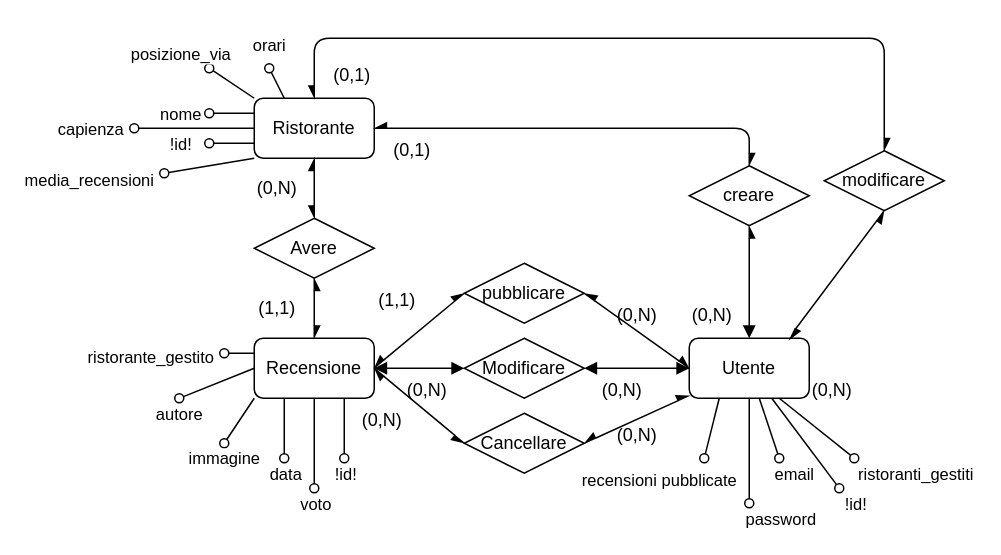
Before: schema-ER.drawio in Valerioconti42/Ristorante-VC-AB-GS, a draw.io diagram. Source tidied: cells renumbered, new cells numbered last; positions are measured from the earlier drawing's top-left corner, leaving out a move shared by most shapes. Both pictures are drawn from the tidied source at 150%, with x=0, y=0 at pixel (134, 38).
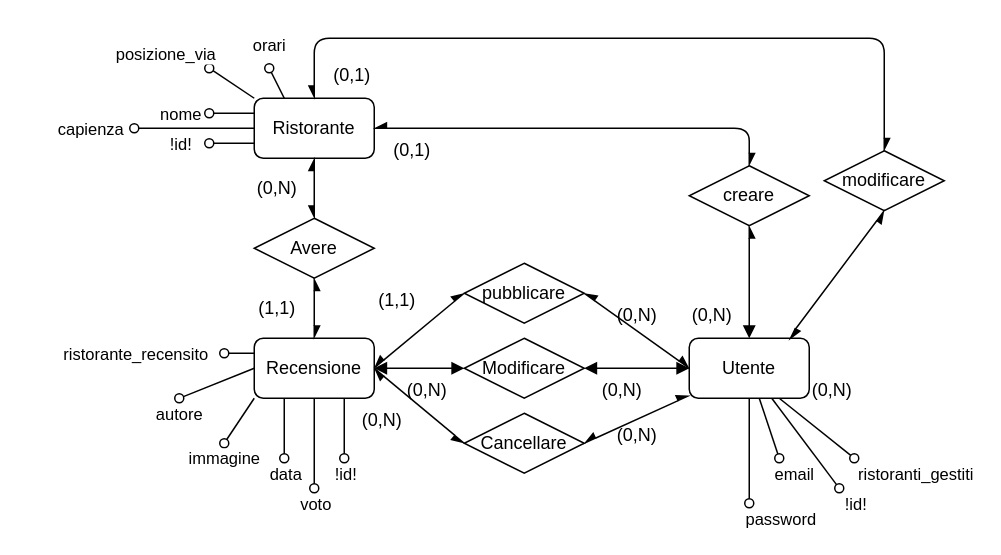
After the change.

Unchanged cells that the change refers to:
```xml
<mxCell id="10" style="edgeStyle=none;shape=connector;rounded=0;jettySize=auto;html=1;exitX=0;exitY=0;exitDx=0;exitDy=0;strokeColor=default;align=center;verticalAlign=middle;fontFamily=Helvetica;fontSize=11;fontColor=default;labelBackgroundColor=default;endArrow=oval;endFill=0;" parent="1" edge="1" source="14">
  <mxGeometry relative="1" as="geometry">
    <mxPoint x="50" y="20" as="targetPoint" />
  </mxGeometry>
</mxCell>
<mxCell id="14" value="Ristorante" style="rounded=1;whiteSpace=wrap;html=1;" parent="1" vertex="1">
  <mxGeometry x="80" y="40" width="80" height="40" as="geometry" />
</mxCell>
<mxCell id="25" style="edgeStyle=none;shape=connector;rounded=0;jettySize=auto;html=1;exitX=0;exitY=0.25;exitDx=0;exitDy=0;strokeColor=default;align=center;verticalAlign=middle;fontFamily=Helvetica;fontSize=11;fontColor=default;labelBackgroundColor=default;endArrow=oval;endFill=0;" parent="1" edge="1" source="27">
  <mxGeometry relative="1" as="geometry">
    <mxPoint x="60" y="210" as="targetPoint" />
  </mxGeometry>
</mxCell>
<mxCell id="38" value="Utente" style="rounded=1;whiteSpace=wrap;html=1;" parent="1" vertex="1">
  <mxGeometry x="370" y="200" width="80" height="40" as="geometry" />
</mxCell>
```

Diff of the diagram source:
```diff
@@
     <mxCell id="11" value="posizione_via" style="edgeLabel;html=1;align=center;verticalAlign=middle;fontFamily=Helvetica;fontSize=11;fontColor=default;labelBackgroundColor=default;" parent="10" vertex="1">
       <mxGeometry x="0.4" relative="1" as="geometry">
-        <mxPoint x="-29" y="-16" as="offset" />
+        <mxPoint x="-39" y="-16" as="offset" />
       </mxGeometry>
     </mxCell>
-    <mxCell id="12" style="edgeStyle=none;shape=connector;rounded=0;jettySize=auto;html=1;exitX=0;exitY=1;exitDx=0;exitDy=0;strokeColor=default;align=center;verticalAlign=middle;fontFamily=Helvetica;fontSize=11;fontColor=default;labelBackgroundColor=default;endArrow=oval;endFill=0;" parent="1" edge="1" source="14">
-      <mxGeometry relative="1" as="geometry">
-        <mxPoint x="20" y="90" as="targetPoint" />
-      </mxGeometry>
-    </mxCell>
-    <mxCell id="13" value="media_recensioni" style="edgeLabel;html=1;align=center;verticalAlign=middle;fontFamily=Helvetica;fontSize=11;fontColor=default;labelBackgroundColor=default;" parent="12" vertex="1">
-      <mxGeometry x="0.34" y="1" relative="1" as="geometry">
-        <mxPoint x="-70" y="7" as="offset" />
-      </mxGeometry>
-    </mxCell>
@@
-    <mxCell id="26" value="ristorante_gestito" style="edgeLabel;html=1;align=center;verticalAlign=middle;fontFamily=Helvetica;fontSize=11;fontColor=default;labelBackgroundColor=default;" parent="25" vertex="1">
+    <mxCell id="26" value="ristorante_recensito" style="edgeLabel;html=1;align=center;verticalAlign=middle;fontFamily=Helvetica;fontSize=11;fontColor=default;labelBackgroundColor=default;" parent="25" vertex="1">
       <mxGeometry x="-0.1" y="2" relative="1" as="geometry">
-        <mxPoint x="-61" as="offset" />
+        <mxPoint x="-71" y="-2" as="offset" />
       </mxGeometry>
     </mxCell>
@@
-    <mxCell id="34" style="edgeStyle=none;shape=connector;rounded=0;jettySize=auto;html=1;exitX=0.25;exitY=1;exitDx=0;exitDy=0;strokeColor=default;align=center;verticalAlign=middle;fontFamily=Helvetica;fontSize=11;fontColor=default;labelBackgroundColor=default;endArrow=oval;endFill=0;" parent="1" edge="1" source="38">
-      <mxGeometry relative="1" as="geometry">
-        <mxPoint x="380" y="280" as="targetPoint" />
-      </mxGeometry>
-    </mxCell>
-    <mxCell id="35" value="recensioni pubblicate" style="edgeLabel;html=1;align=center;verticalAlign=middle;fontFamily=Helvetica;fontSize=11;fontColor=default;labelBackgroundColor=default;" parent="34" vertex="1">
-      <mxGeometry x="0.05" y="1" relative="1" as="geometry">
-        <mxPoint x="-36" y="33" as="offset" />
-      </mxGeometry>
-    </mxCell>
```
